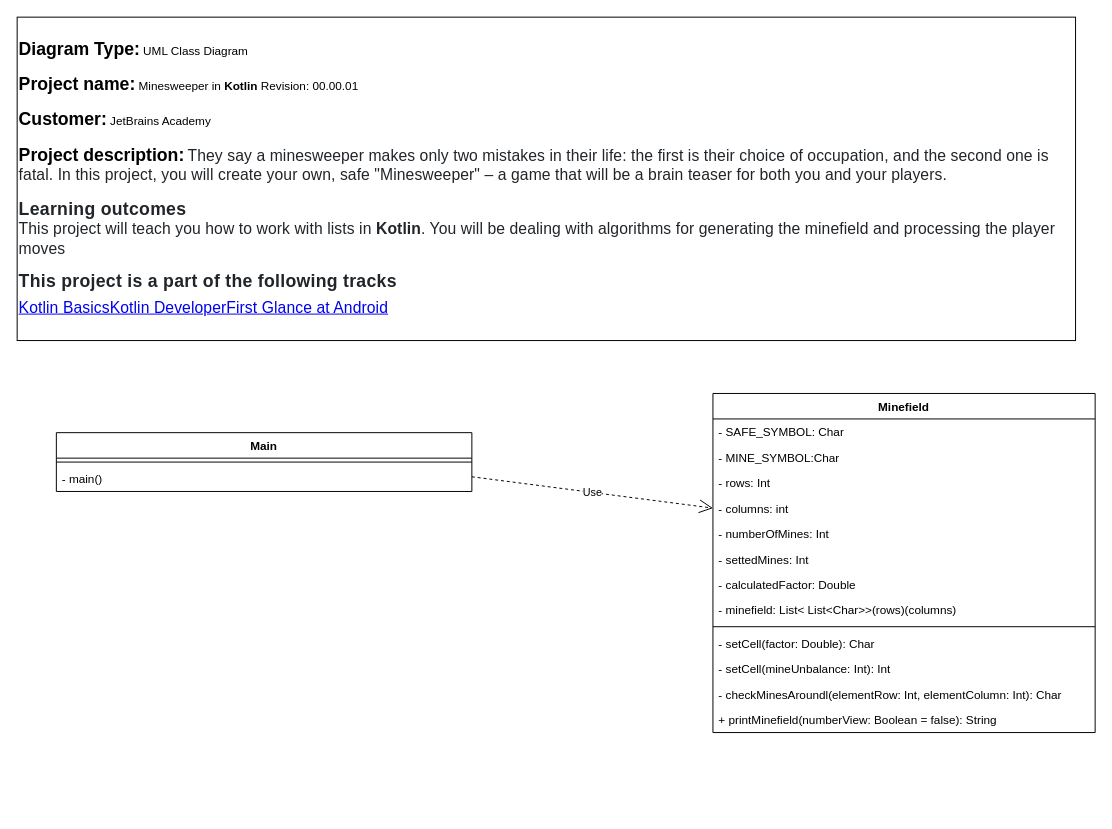
AlbertoVictorRebello/academy.jetbrains.kotlinBasics keeps this draw.io diagram as minesweeper/UML/MinesweeperClassDiagram.drawio. Above is the earlier version. Source tidied: cells renumbered, new cells numbered last; positions are measured from the earlier drawing's top-left corner, leaving out a move shared by most shapes. Both pictures are drawn from the tidied source at 98%, with x=0, y=0 at pixel (17, 17).
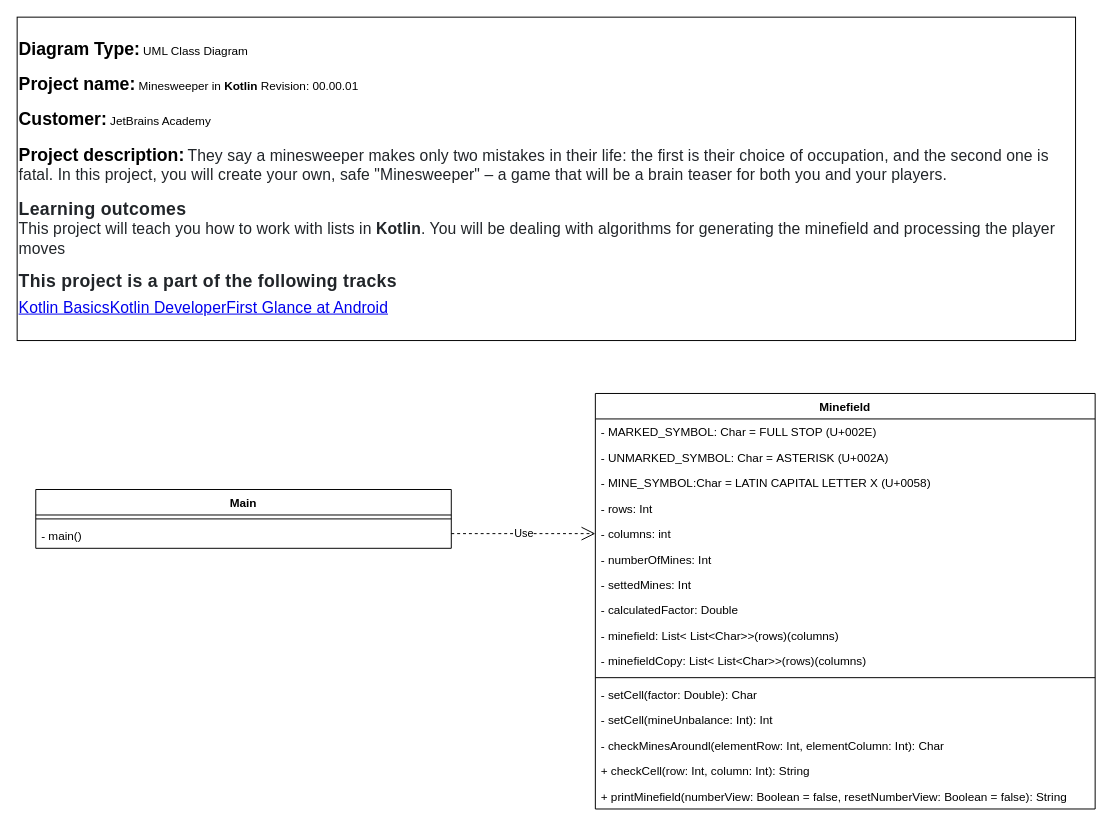
The same diagram, later.

Diff of the diagram source:
```diff
@@
     <mxCell id="4" value="Main" style="swimlane;fontStyle=1;align=center;verticalAlign=top;horizontal=1;startSize=26;" parent="1" vertex="1">
-      <mxGeometry x="40" y="424" width="424" height="60" as="geometry" />
+      <mxGeometry x="19" y="482" width="424" height="60" as="geometry" />
     </mxCell>
@@
     <mxCell id="7" value="Minefield" style="swimlane;fontStyle=1;align=center;verticalAlign=top;horizontal=1;startSize=26;" parent="1" vertex="1">
-      <mxGeometry x="710" y="384" width="390" height="346" as="geometry" />
+      <mxGeometry x="590" y="384" width="510" height="424" as="geometry" />
     </mxCell>
-    <mxCell id="8" value="- SAFE_SYMBOL: Char&#10;" style="text;strokeColor=none;fillColor=none;align=left;verticalAlign=top;spacingLeft=4;spacingRight=4;overflow=hidden;" parent="7" vertex="1">
-      <mxGeometry y="26" width="390" height="26" as="geometry" />
+    <mxCell id="8" value="- MARKED_SYMBOL: Char = FULL STOP (U+002E)" style="text;strokeColor=none;fillColor=none;align=left;verticalAlign=top;spacingLeft=4;spacingRight=4;overflow=hidden;" parent="7" vertex="1">
+      <mxGeometry y="26" width="510" height="26" as="geometry" />
     </mxCell>
+    <mxCell id="21" value="- UNMARKED_SYMBOL: Char = ASTERISK (U+002A)" style="text;strokeColor=none;fillColor=none;align=left;verticalAlign=top;spacingLeft=4;spacingRight=4;overflow=hidden;" parent="7" vertex="1">
+      <mxGeometry y="52" width="510" height="26" as="geometry" />
+    </mxCell>
-    <mxCell id="9" value="- MINE_SYMBOL:Char&#10;" style="text;strokeColor=none;fillColor=none;align=left;verticalAlign=top;spacingLeft=4;spacingRight=4;overflow=hidden;" parent="7" vertex="1">
-      <mxGeometry y="52" width="390" height="26" as="geometry" />
+    <mxCell id="9" value="- MINE_SYMBOL:Char = LATIN CAPITAL LETTER X (U+0058)" style="text;strokeColor=none;fillColor=none;align=left;verticalAlign=top;spacingLeft=4;spacingRight=4;overflow=hidden;" parent="7" vertex="1">
+      <mxGeometry y="78" width="510" height="26" as="geometry" />
     </mxCell>
     <mxCell id="10" value="- rows: Int&#10;" style="text;strokeColor=none;fillColor=none;align=left;verticalAlign=top;spacingLeft=4;spacingRight=4;overflow=hidden;" parent="7" vertex="1">
-      <mxGeometry y="78" width="390" height="26" as="geometry" />
+      <mxGeometry y="104" width="510" height="26" as="geometry" />
     </mxCell>
     <mxCell id="11" value="- columns: int&#10;" style="text;strokeColor=none;fillColor=none;align=left;verticalAlign=top;spacingLeft=4;spacingRight=4;overflow=hidden;points=[[0,0.5],[1,0.5]];portConstraint=eastwest;" parent="7" vertex="1">
-      <mxGeometry y="104" width="390" height="26" as="geometry" />
+      <mxGeometry y="130" width="510" height="26" as="geometry" />
     </mxCell>
     <mxCell id="12" value="- numberOfMines: Int&#10;" style="text;strokeColor=none;fillColor=none;align=left;verticalAlign=top;spacingLeft=4;spacingRight=4;overflow=hidden;" parent="7" vertex="1">
-      <mxGeometry y="130" width="390" height="26" as="geometry" />
+      <mxGeometry y="156" width="510" height="26" as="geometry" />
     </mxCell>
     <mxCell id="13" value="- settedMines: Int&#10;" style="text;strokeColor=none;fillColor=none;align=left;verticalAlign=top;spacingLeft=4;spacingRight=4;overflow=hidden;" parent="7" vertex="1">
-      <mxGeometry y="156" width="390" height="26" as="geometry" />
+      <mxGeometry y="182" width="510" height="26" as="geometry" />
     </mxCell>
     <mxCell id="14" value="- calculatedFactor: Double&#10;" style="text;strokeColor=none;fillColor=none;align=left;verticalAlign=top;spacingLeft=4;spacingRight=4;overflow=hidden;" parent="7" vertex="1">
-      <mxGeometry y="182" width="390" height="26" as="geometry" />
+      <mxGeometry y="208" width="510" height="26" as="geometry" />
     </mxCell>
     <mxCell id="15" value="- minefield: List&lt; List&lt;Char&gt;&gt;(rows)(columns)&#10;" style="text;strokeColor=none;fillColor=none;align=left;verticalAlign=top;spacingLeft=4;spacingRight=4;overflow=hidden;" parent="7" vertex="1">
-      <mxGeometry y="208" width="390" height="26" as="geometry" />
+      <mxGeometry y="234" width="510" height="26" as="geometry" />
     </mxCell>
+    <mxCell id="22" value="- minefieldCopy: List&lt; List&lt;Char&gt;&gt;(rows)(columns)&#10;" style="text;strokeColor=none;fillColor=none;align=left;verticalAlign=top;spacingLeft=4;spacingRight=4;overflow=hidden;" parent="7" vertex="1">
+      <mxGeometry y="260" width="510" height="26" as="geometry" />
+    </mxCell>
     <mxCell id="16" style="line;strokeWidth=1;fillColor=none;align=left;verticalAlign=middle;spacingTop=-1;spacingLeft=3;spacingRight=3;labelPosition=right;" parent="7" vertex="1">
-      <mxGeometry y="234" width="390" height="8" as="geometry" />
+      <mxGeometry y="286" width="510" height="8" as="geometry" />
     </mxCell>
     <mxCell id="17" value="- setCell(factor: Double): Char" style="text;strokeColor=none;fillColor=none;align=left;verticalAlign=top;spacingLeft=4;spacingRight=4;overflow=hidden;" parent="7" vertex="1">
-      <mxGeometry y="242" width="390" height="26" as="geometry" />
+      <mxGeometry y="294" width="510" height="26" as="geometry" />
     </mxCell>
     <mxCell id="18" value="- setCell(mineUnbalance: Int): Int" style="text;strokeColor=none;fillColor=none;align=left;verticalAlign=top;spacingLeft=4;spacingRight=4;overflow=hidden;" parent="7" vertex="1">
-      <mxGeometry y="268" width="390" height="26" as="geometry" />
+      <mxGeometry y="320" width="510" height="26" as="geometry" />
     </mxCell>
     <mxCell id="19" value="- checkMinesAroundl(elementRow: Int, elementColumn: Int): Char" style="text;strokeColor=none;fillColor=none;align=left;verticalAlign=top;spacingLeft=4;spacingRight=4;overflow=hidden;" parent="7" vertex="1">
-      <mxGeometry y="294" width="390" height="26" as="geometry" />
+      <mxGeometry y="346" width="510" height="26" as="geometry" />
     </mxCell>
+    <mxCell id="23" value="+ checkCell(row: Int, column: Int): String" style="text;strokeColor=none;fillColor=none;align=left;verticalAlign=top;spacingLeft=4;spacingRight=4;overflow=hidden;" parent="7" vertex="1">
+      <mxGeometry y="372" width="510" height="26" as="geometry" />
+    </mxCell>
-    <mxCell id="20" value="+ printMinefield(numberView: Boolean = false): String" style="text;strokeColor=none;fillColor=none;align=left;verticalAlign=top;spacingLeft=4;spacingRight=4;overflow=hidden;" parent="7" vertex="1">
-      <mxGeometry y="320" width="390" height="26" as="geometry" />
+    <mxCell id="20" value="+ printMinefield(numberView: Boolean = false, resetNumberView: Boolean = false): String" style="text;strokeColor=none;fillColor=none;align=left;verticalAlign=top;spacingLeft=4;spacingRight=4;overflow=hidden;" parent="7" vertex="1">
+      <mxGeometry y="398" width="510" height="26" as="geometry" />
     </mxCell>
```
